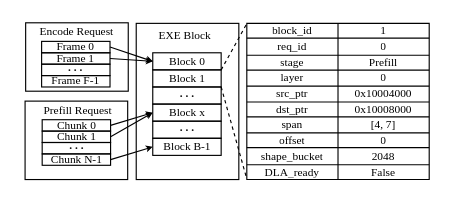
The draw.io diagram figures/design_tile.drawio in icszhr/hermes, before the edit. Source tidied: cells renumbered, new cells numbered last; positions are measured from the earlier drawing's top-left corner, leaving out a move shared by most shapes. Both pictures are drawn from the tidied source at 114%, with x=0, y=0 at pixel (19, 19).
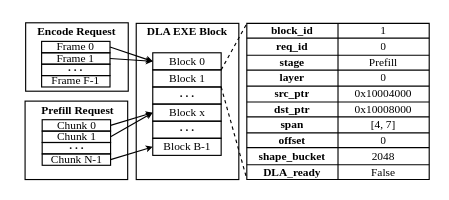
The same page after the edit.

Unchanged cells that the change refers to:
```xml
<mxCell id="9" style="shape=tableRow;horizontal=0;startSize=0;swimlaneHead=0;swimlaneBody=0;strokeColor=inherit;top=0;left=0;bottom=0;right=0;fillColor=none;points=[[0,0.5],[1,0.5]];portConstraint=eastwest;fontFamily=Times New Roman;spacingBottom=0;spacingTop=-2;fontSize=10;" parent="8" vertex="1">
  <mxGeometry width="160" height="13" as="geometry" />
</mxCell>
<mxCell id="12" style="shape=tableRow;horizontal=0;startSize=0;swimlaneHead=0;swimlaneBody=0;strokeColor=inherit;top=0;left=0;bottom=0;right=0;fillColor=none;fontFamily=Times New Roman;spacingBottom=0;spacingTop=-2;fontSize=10;" parent="8" vertex="1">
  <mxGeometry y="13" width="160" height="15" as="geometry" />
</mxCell>
<mxCell id="15" style="shape=tableRow;horizontal=0;startSize=0;swimlaneHead=0;swimlaneBody=0;strokeColor=inherit;top=0;left=0;bottom=0;right=0;fillColor=none;fontFamily=Times New Roman;spacingBottom=0;spacingTop=-2;fontSize=10;" parent="8" vertex="1">
  <mxGeometry y="28" width="160" height="13" as="geometry" />
</mxCell>
<mxCell id="18" style="shape=tableRow;horizontal=0;startSize=0;swimlaneHead=0;swimlaneBody=0;strokeColor=inherit;top=0;left=0;bottom=0;right=0;fillColor=none;fontFamily=Times New Roman;spacingBottom=0;spacingTop=-2;fontSize=10;" parent="8" vertex="1">
  <mxGeometry y="41" width="160" height="14" as="geometry" />
</mxCell>
<mxCell id="21" style="shape=tableRow;horizontal=0;startSize=0;swimlaneHead=0;swimlaneBody=0;strokeColor=inherit;top=0;left=0;bottom=0;right=0;fillColor=none;fontFamily=Times New Roman;spacingBottom=0;spacingTop=-2;fontSize=10;" parent="8" vertex="1">
  <mxGeometry y="55" width="160" height="14" as="geometry" />
</mxCell>
<mxCell id="24" style="shape=tableRow;horizontal=0;startSize=0;swimlaneHead=0;swimlaneBody=0;strokeColor=inherit;top=0;left=0;bottom=0;right=0;fillColor=none;fontFamily=Times New Roman;spacingBottom=0;spacingTop=-2;fontSize=10;" parent="8" vertex="1">
  <mxGeometry y="69" width="160" height="13" as="geometry" />
</mxCell>
<mxCell id="27" style="shape=tableRow;horizontal=0;startSize=0;swimlaneHead=0;swimlaneBody=0;strokeColor=inherit;top=0;left=0;bottom=0;right=0;fillColor=none;fontFamily=Times New Roman;spacingBottom=0;spacingTop=-2;fontSize=10;" parent="8" vertex="1">
  <mxGeometry y="82" width="160" height="14" as="geometry" />
</mxCell>
<mxCell id="30" style="shape=tableRow;horizontal=0;startSize=0;swimlaneHead=0;swimlaneBody=0;strokeColor=inherit;top=0;left=0;bottom=0;right=0;fillColor=none;fontFamily=Times New Roman;spacingBottom=0;spacingTop=-2;fontSize=10;" parent="8" vertex="1">
  <mxGeometry y="96" width="160" height="13" as="geometry" />
</mxCell>
<mxCell id="33" style="shape=tableRow;horizontal=0;startSize=0;swimlaneHead=0;swimlaneBody=0;strokeColor=inherit;top=0;left=0;bottom=0;right=0;fillColor=none;fontFamily=Times New Roman;spacingBottom=0;spacingTop=-2;fontSize=10;" parent="8" vertex="1">
  <mxGeometry y="109" width="160" height="15" as="geometry" />
</mxCell>
<mxCell id="36" style="shape=tableRow;horizontal=0;startSize=0;swimlaneHead=0;swimlaneBody=0;strokeColor=inherit;top=0;left=0;bottom=0;right=0;fillColor=none;points=[[0,0.5],[1,0.5]];portConstraint=eastwest;fontFamily=Times New Roman;spacingBottom=0;spacingTop=-2;fontSize=10;" parent="8" vertex="1">
  <mxGeometry y="124" width="160" height="13" as="geometry" />
</mxCell>
```

What changed in the source:
```diff
@@
-    <mxCell id="4" value="Encode Request" style="text;html=1;whiteSpace=wrap;strokeColor=none;fillColor=none;align=center;verticalAlign=middle;rounded=0;fontFamily=Times New Roman;fontSize=10;" parent="1" vertex="1">
+    <mxCell id="4" value="&lt;b&gt;Encode Request&lt;/b&gt;" style="text;html=1;whiteSpace=wrap;strokeColor=none;fillColor=none;align=center;verticalAlign=middle;rounded=0;fontFamily=Times New Roman;fontSize=10;" parent="1" vertex="1">
       <mxGeometry width="100" height="20" as="geometry" />
     </mxCell>
-    <mxCell id="5" value="Prefill Request" style="text;html=1;whiteSpace=wrap;strokeColor=none;fillColor=none;align=center;verticalAlign=middle;rounded=0;fontFamily=Times New Roman;fontSize=10;" parent="1" vertex="1">
+    <mxCell id="5" value="&lt;b&gt;Prefill Request&lt;/b&gt;" style="text;html=1;whiteSpace=wrap;strokeColor=none;fillColor=none;align=center;verticalAlign=middle;rounded=0;fontFamily=Times New Roman;fontSize=10;" parent="1" vertex="1">
       <mxGeometry x="5.5" y="68.8" width="90" height="20" as="geometry" />
     </mxCell>
@@
-    <mxCell id="10" value="block_id" style="shape=partialRectangle;html=1;whiteSpace=wrap;strokeColor=inherit;overflow=hidden;fillColor=none;top=0;left=0;bottom=0;right=0;fontFamily=Times New Roman;spacingBottom=0;spacingTop=-2;fontSize=10;" parent="9" vertex="1">
+    <mxCell id="10" value="block_id" style="shape=partialRectangle;html=1;whiteSpace=wrap;strokeColor=inherit;overflow=hidden;fillColor=none;top=0;left=0;bottom=0;right=0;fontFamily=Times New Roman;spacingBottom=0;spacingTop=-2;fontSize=10;fontStyle=1;" parent="9" vertex="1">
       <mxGeometry width="80" height="13" as="geometry" />
     </mxCell>
@@
-    <mxCell id="13" value="req_id" style="shape=partialRectangle;html=1;whiteSpace=wrap;strokeColor=inherit;overflow=hidden;fillColor=none;top=0;left=0;bottom=0;right=0;fontFamily=Times New Roman;spacingBottom=0;spacingTop=-2;fontSize=10;" parent="12" vertex="1">
+    <mxCell id="13" value="req_id" style="shape=partialRectangle;html=1;whiteSpace=wrap;strokeColor=inherit;overflow=hidden;fillColor=none;top=0;left=0;bottom=0;right=0;fontFamily=Times New Roman;spacingBottom=0;spacingTop=-2;fontSize=10;fontStyle=1;" parent="12" vertex="1">
       <mxGeometry width="80" height="15" as="geometry" />
     </mxCell>
@@
-    <mxCell id="16" value="stage" style="shape=partialRectangle;html=1;whiteSpace=wrap;strokeColor=inherit;overflow=hidden;fillColor=none;top=0;left=0;bottom=0;right=0;fontFamily=Times New Roman;spacingBottom=0;spacingTop=-2;fontSize=10;" parent="15" vertex="1">
+    <mxCell id="16" value="stage" style="shape=partialRectangle;html=1;whiteSpace=wrap;strokeColor=inherit;overflow=hidden;fillColor=none;top=0;left=0;bottom=0;right=0;fontFamily=Times New Roman;spacingBottom=0;spacingTop=-2;fontSize=10;fontStyle=1;" parent="15" vertex="1">
       <mxGeometry width="80" height="13" as="geometry" />
     </mxCell>
@@
-    <mxCell id="19" value="layer" style="shape=partialRectangle;html=1;whiteSpace=wrap;strokeColor=inherit;overflow=hidden;fillColor=none;top=0;left=0;bottom=0;right=0;fontFamily=Times New Roman;spacingBottom=0;spacingTop=-2;fontSize=10;" parent="18" vertex="1">
+    <mxCell id="19" value="layer" style="shape=partialRectangle;html=1;whiteSpace=wrap;strokeColor=inherit;overflow=hidden;fillColor=none;top=0;left=0;bottom=0;right=0;fontFamily=Times New Roman;spacingBottom=0;spacingTop=-2;fontSize=10;fontStyle=1;" parent="18" vertex="1">
       <mxGeometry width="80" height="14" as="geometry" />
     </mxCell>
@@
-    <mxCell id="22" value="src_ptr" style="shape=partialRectangle;html=1;whiteSpace=wrap;strokeColor=inherit;overflow=hidden;fillColor=none;top=0;left=0;bottom=0;right=0;fontFamily=Times New Roman;spacingBottom=0;spacingTop=-2;fontSize=10;" parent="21" vertex="1">
+    <mxCell id="22" value="src_ptr" style="shape=partialRectangle;html=1;whiteSpace=wrap;strokeColor=inherit;overflow=hidden;fillColor=none;top=0;left=0;bottom=0;right=0;fontFamily=Times New Roman;spacingBottom=0;spacingTop=-2;fontSize=10;fontStyle=1;" parent="21" vertex="1">
       <mxGeometry width="80" height="14" as="geometry" />
     </mxCell>
@@
-    <mxCell id="25" value="dst_ptr" style="shape=partialRectangle;html=1;whiteSpace=wrap;strokeColor=inherit;overflow=hidden;fillColor=none;top=0;left=0;bottom=0;right=0;fontFamily=Times New Roman;spacingBottom=0;spacingTop=-2;fontSize=10;" parent="24" vertex="1">
+    <mxCell id="25" value="dst_ptr" style="shape=partialRectangle;html=1;whiteSpace=wrap;strokeColor=inherit;overflow=hidden;fillColor=none;top=0;left=0;bottom=0;right=0;fontFamily=Times New Roman;spacingBottom=0;spacingTop=-2;fontSize=10;fontStyle=1;" parent="24" vertex="1">
       <mxGeometry width="80" height="13" as="geometry" />
     </mxCell>
@@
-    <mxCell id="28" value="span" style="shape=partialRectangle;html=1;whiteSpace=wrap;strokeColor=inherit;overflow=hidden;fillColor=none;top=0;left=0;bottom=0;right=0;fontFamily=Times New Roman;spacingBottom=0;spacingTop=-2;fontSize=10;" parent="27" vertex="1">
+    <mxCell id="28" value="span" style="shape=partialRectangle;html=1;whiteSpace=wrap;strokeColor=inherit;overflow=hidden;fillColor=none;top=0;left=0;bottom=0;right=0;fontFamily=Times New Roman;spacingBottom=0;spacingTop=-2;fontSize=10;fontStyle=1;" parent="27" vertex="1">
       <mxGeometry width="80" height="14" as="geometry" />
     </mxCell>
@@
-    <mxCell id="31" value="offset" style="shape=partialRectangle;html=1;whiteSpace=wrap;strokeColor=inherit;overflow=hidden;fillColor=none;top=0;left=0;bottom=0;right=0;fontFamily=Times New Roman;spacingBottom=0;spacingTop=-2;fontSize=10;" parent="30" vertex="1">
+    <mxCell id="31" value="offset" style="shape=partialRectangle;html=1;whiteSpace=wrap;strokeColor=inherit;overflow=hidden;fillColor=none;top=0;left=0;bottom=0;right=0;fontFamily=Times New Roman;spacingBottom=0;spacingTop=-2;fontSize=10;fontStyle=1;" parent="30" vertex="1">
       <mxGeometry width="80" height="13" as="geometry" />
     </mxCell>
@@
-    <mxCell id="34" value="shape_bucket" style="shape=partialRectangle;html=1;whiteSpace=wrap;strokeColor=inherit;overflow=hidden;fillColor=none;top=0;left=0;bottom=0;right=0;fontFamily=Times New Roman;spacingBottom=0;spacingTop=-2;fontSize=10;" parent="33" vertex="1">
+    <mxCell id="34" value="shape_bucket" style="shape=partialRectangle;html=1;whiteSpace=wrap;strokeColor=inherit;overflow=hidden;fillColor=none;top=0;left=0;bottom=0;right=0;fontFamily=Times New Roman;spacingBottom=0;spacingTop=-2;fontSize=10;fontStyle=1;" parent="33" vertex="1">
       <mxGeometry width="80" height="15" as="geometry" />
     </mxCell>
@@
-    <mxCell id="37" value="DLA_ready" style="shape=partialRectangle;html=1;whiteSpace=wrap;strokeColor=inherit;overflow=hidden;fillColor=none;top=0;left=0;bottom=0;right=0;fontFamily=Times New Roman;spacingBottom=0;spacingTop=-2;fontSize=10;" parent="36" vertex="1">
+    <mxCell id="37" value="DLA_ready" style="shape=partialRectangle;html=1;whiteSpace=wrap;strokeColor=inherit;overflow=hidden;fillColor=none;top=0;left=0;bottom=0;right=0;fontFamily=Times New Roman;spacingBottom=0;spacingTop=-2;fontSize=10;fontStyle=1;" parent="36" vertex="1">
       <mxGeometry width="80" height="13" as="geometry" />
     </mxCell>
@@
-    <mxCell id="39" value="EXE Block" style="text;html=1;whiteSpace=wrap;strokeColor=none;fillColor=none;align=center;verticalAlign=middle;rounded=0;fontFamily=Times New Roman;fontSize=10;" parent="1" vertex="1">
-      <mxGeometry x="114.5" y="3" width="60" height="20" as="geometry" />
+    <mxCell id="39" value="&lt;b&gt;DLA EXE Block&lt;/b&gt;" style="text;html=1;whiteSpace=wrap;strokeColor=none;fillColor=none;align=center;verticalAlign=middle;rounded=0;fontFamily=Times New Roman;fontSize=10;" parent="1" vertex="1">
+      <mxGeometry x="109.2" width="75.5" height="20" as="geometry" />
     </mxCell>
```
